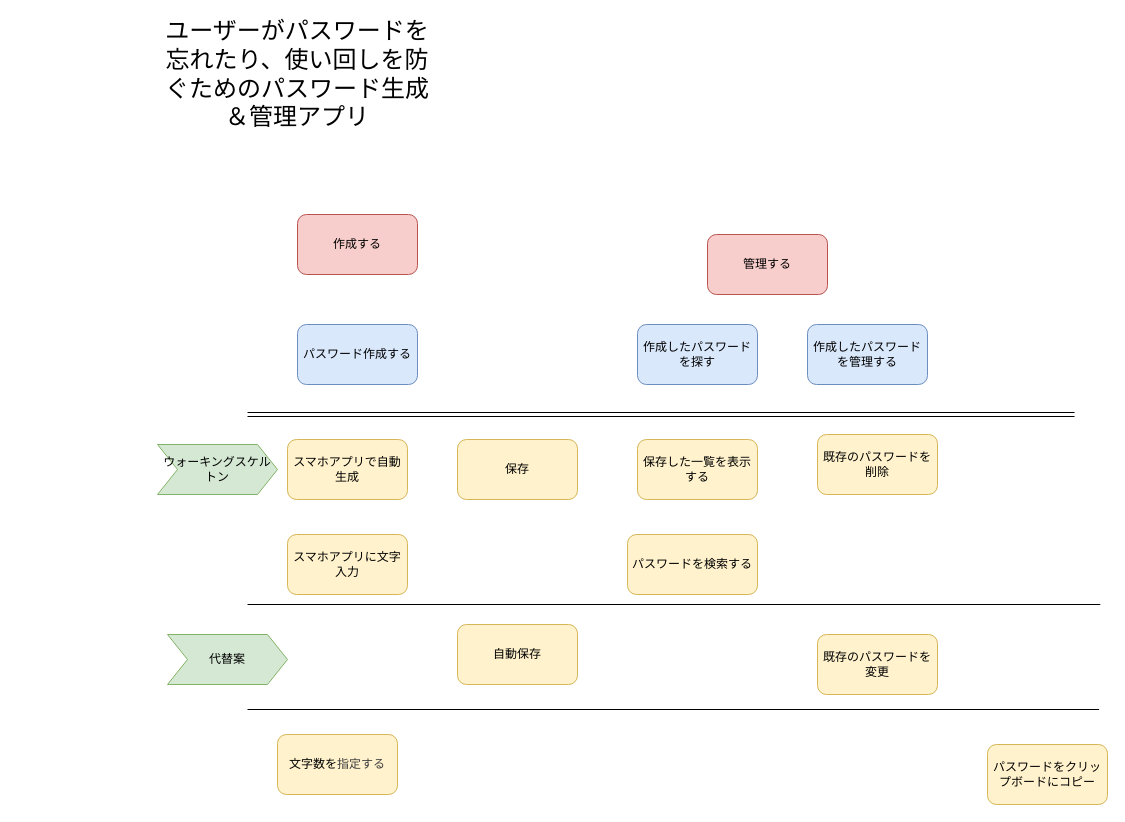
Before: docs/storymap.drawio in kirataretto-dev/password-manager, a draw.io diagram. Source tidied: cells renumbered, new cells numbered last; positions are measured from the earlier drawing's top-left corner, leaving out a move shared by most shapes. Both pictures are drawn from the tidied source at 100%, with x=0, y=0 at pixel (157, 24).
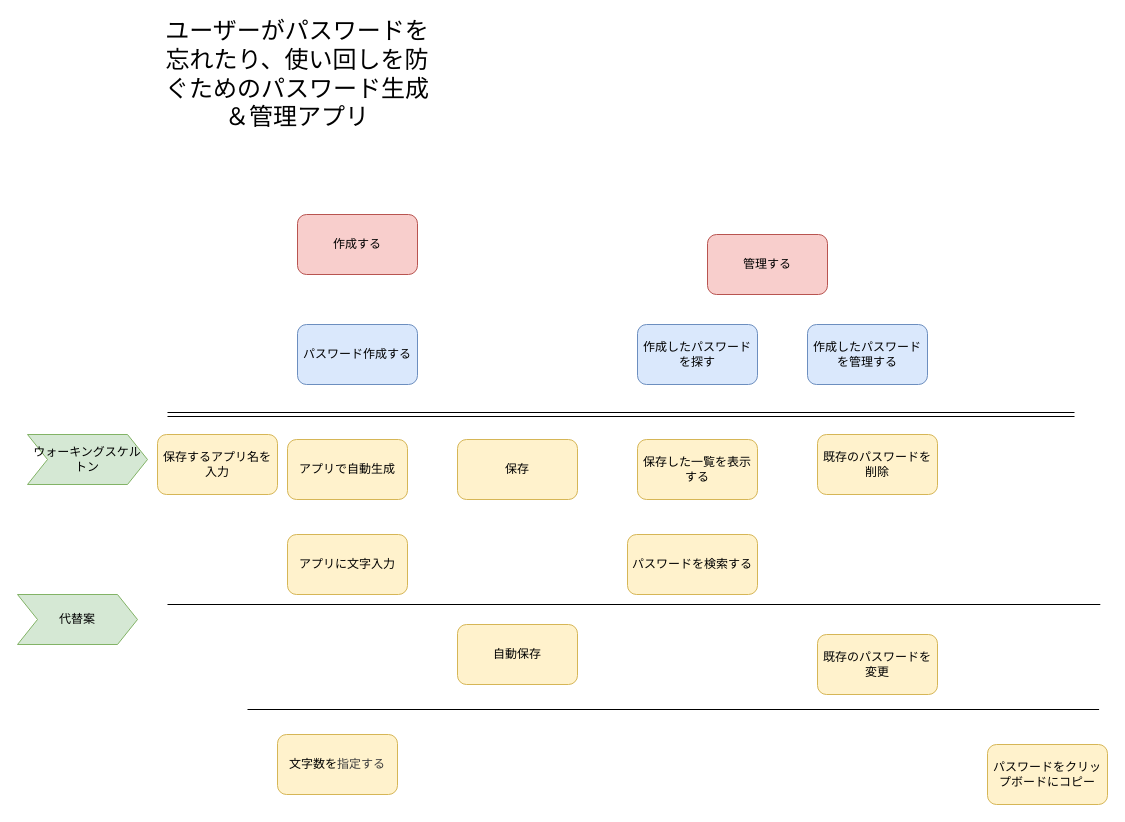
After the change.

The edit, as a diff of the source:
```diff
@@
     <mxCell id="6" style="shape=link;html=1;" parent="1" edge="1">
       <mxGeometry relative="1" as="geometry">
-        <mxPoint x="90" y="390" as="sourcePoint" />
+        <mxPoint x="10" y="390" as="sourcePoint" />
         <mxPoint x="917" y="390" as="targetPoint" />
       </mxGeometry>
     </mxCell>
     <mxCell id="7" value="ウォーキングスケルトン" style="shape=step;perimeter=stepPerimeter;whiteSpace=wrap;html=1;shapeInside=1;fixedSize=1;fillColor=#d5e8d4;strokeColor=#82b366;" parent="1" vertex="1">
-      <mxGeometry y="420" width="120" height="50" as="geometry" />
+      <mxGeometry x="-130" y="410" width="120" height="50" as="geometry" />
     </mxCell>
-    <mxCell id="8" value="スマホアプリに文字入力" style="rounded=1;whiteSpace=wrap;html=1;roundedPerimeter=1;fillColor=#fff2cc;strokeColor=#d6b656;" parent="1" vertex="1">
+    <mxCell id="8" value="アプリに文字入力" style="rounded=1;whiteSpace=wrap;html=1;roundedPerimeter=1;fillColor=#fff2cc;strokeColor=#d6b656;" parent="1" vertex="1">
       <mxGeometry x="130" y="510" width="120" height="60" as="geometry" />
     </mxCell>
-    <mxCell id="9" value="スマホアプリで自動生成" style="rounded=1;whiteSpace=wrap;html=1;roundedPerimeter=1;fillColor=#fff2cc;strokeColor=#d6b656;" parent="1" vertex="1">
+    <mxCell id="9" value="アプリで自動生成" style="rounded=1;whiteSpace=wrap;html=1;roundedPerimeter=1;fillColor=#fff2cc;strokeColor=#d6b656;" parent="1" vertex="1">
       <mxGeometry x="130" y="415" width="120" height="60" as="geometry" />
     </mxCell>
@@
     <mxCell id="12" style="endArrow=none;html=1;" parent="1" edge="1">
       <mxGeometry relative="1" as="geometry">
-        <mxPoint x="90" y="580" as="sourcePoint" />
+        <mxPoint x="10" y="580" as="sourcePoint" />
         <mxPoint x="942.8" y="580" as="targetPoint" />
       </mxGeometry>
     </mxCell>
@@
     <mxCell id="19" value="代替案" style="shape=step;perimeter=stepPerimeter;whiteSpace=wrap;html=1;shapeInside=1;fixedSize=1;fillColor=#d5e8d4;strokeColor=#82b366;" parent="1" vertex="1">
-      <mxGeometry x="10" y="610" width="120" height="50" as="geometry" />
+      <mxGeometry x="-140" y="570" width="120" height="50" as="geometry" />
     </mxCell>
@@
+    <mxCell id="23" value="保存するアプリ名を入力" style="rounded=1;whiteSpace=wrap;html=1;roundedPerimeter=1;fillColor=#fff2cc;strokeColor=#d6b656;" parent="1" vertex="1">
+      <mxGeometry y="410" width="120" height="60" as="geometry" />
+    </mxCell>
```
